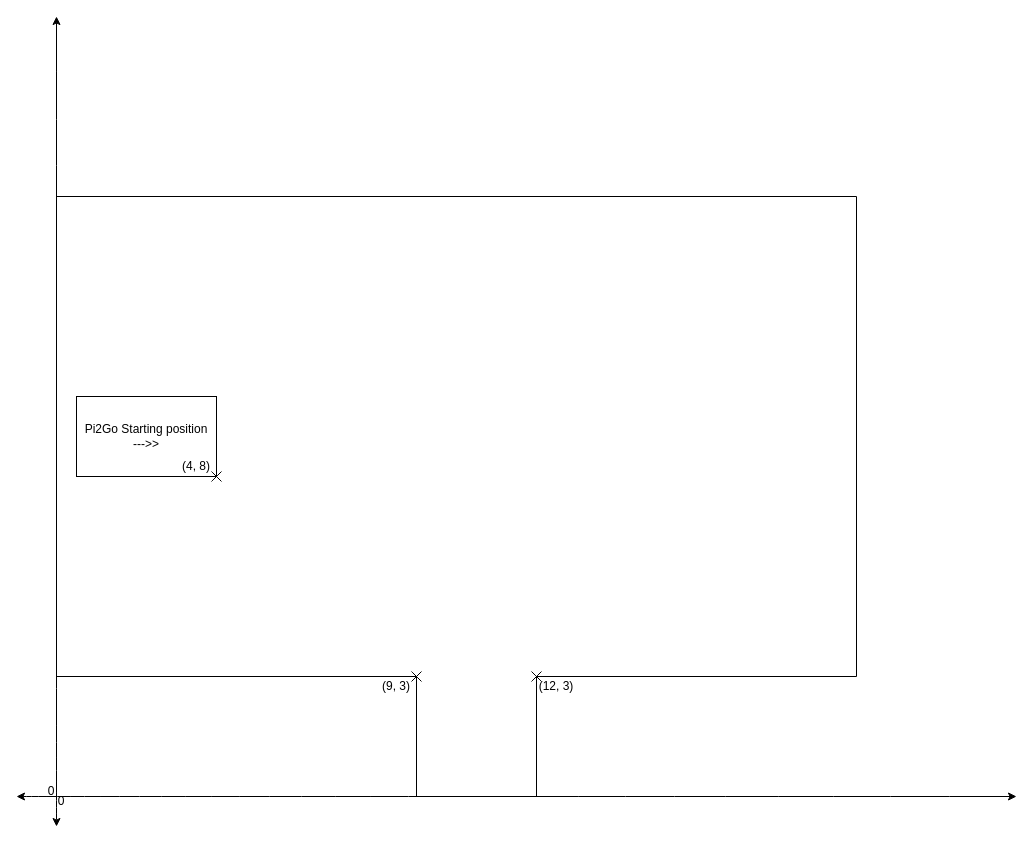
Before: top down view of parking.drawio in hartley-j/pi2go-autonomous-parking, a draw.io diagram. Source tidied: cells renumbered, new cells numbered last; positions are measured from the earlier drawing's top-left corner, leaving out a move shared by most shapes. Both pictures are drawn from the tidied source at 100%, with x=0, y=0 at pixel (16, 16).
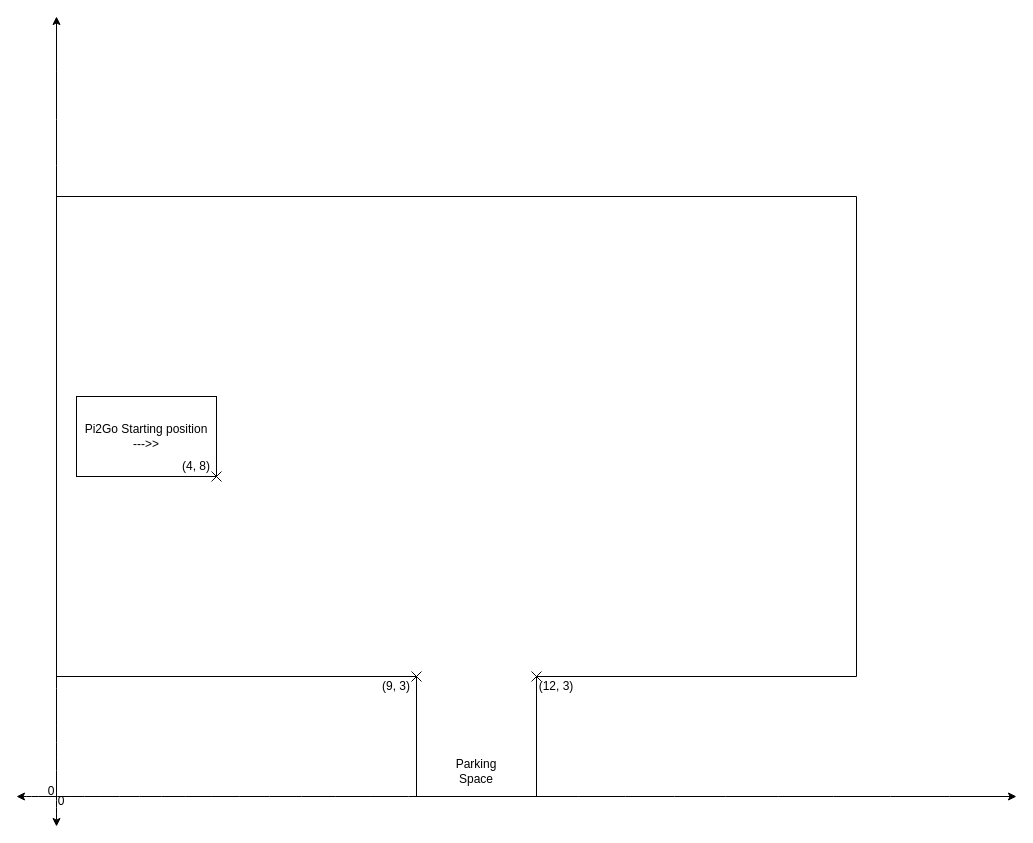
Above is the later version.

Diff of the diagram source:
```diff
@@
+    <mxCell id="25" value="Parking Space" style="text;html=1;strokeColor=none;fillColor=none;align=center;verticalAlign=middle;whiteSpace=wrap;rounded=0;" parent="1" vertex="1">
+      <mxGeometry x="430" y="740" width="60" height="30" as="geometry" />
+    </mxCell>
```
